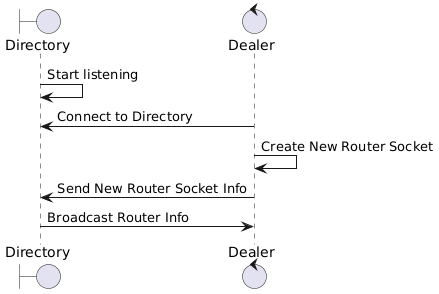
Above: resources/diagram.png in Irooniam/msg (PlantUML), before the change.
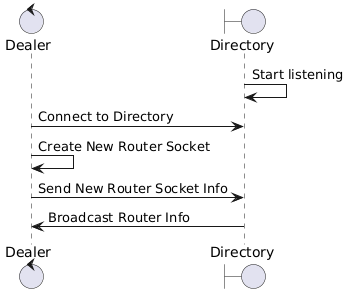
Above is the later version.

Commit message:
reorder actors in diagram

Change to the diagram source:
```diff
@@ -1,6 +1,6 @@
 @startuml
+control		Dealer
 boundary	Directory
-control		Dealer
 
 Directory -> Directory: Start listening
 Dealer -> Directory: Connect to Directory
```
